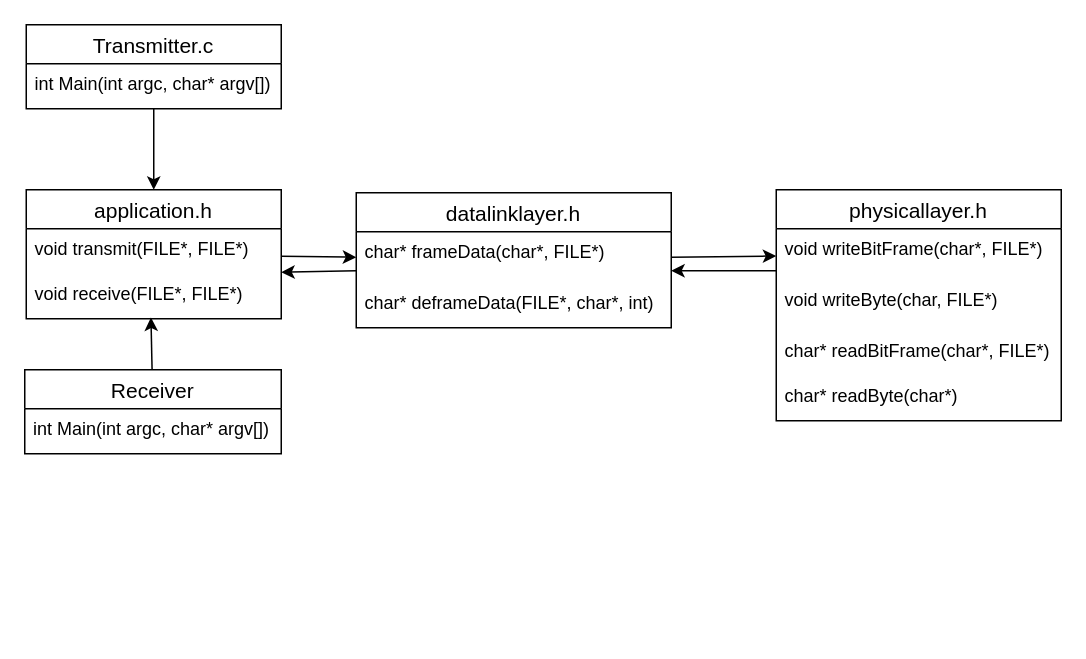
Vijay-yeruva/OSProject1 keeps this draw.io diagram as docs/project1Flow.drawio. Above is the earlier version. Source tidied: cells renumbered, new cells numbered last; positions are measured from the earlier drawing's top-left corner, leaving out a move shared by most shapes. Both pictures are drawn from the tidied source at 150%, with x=0, y=0 at pixel (24, 24).
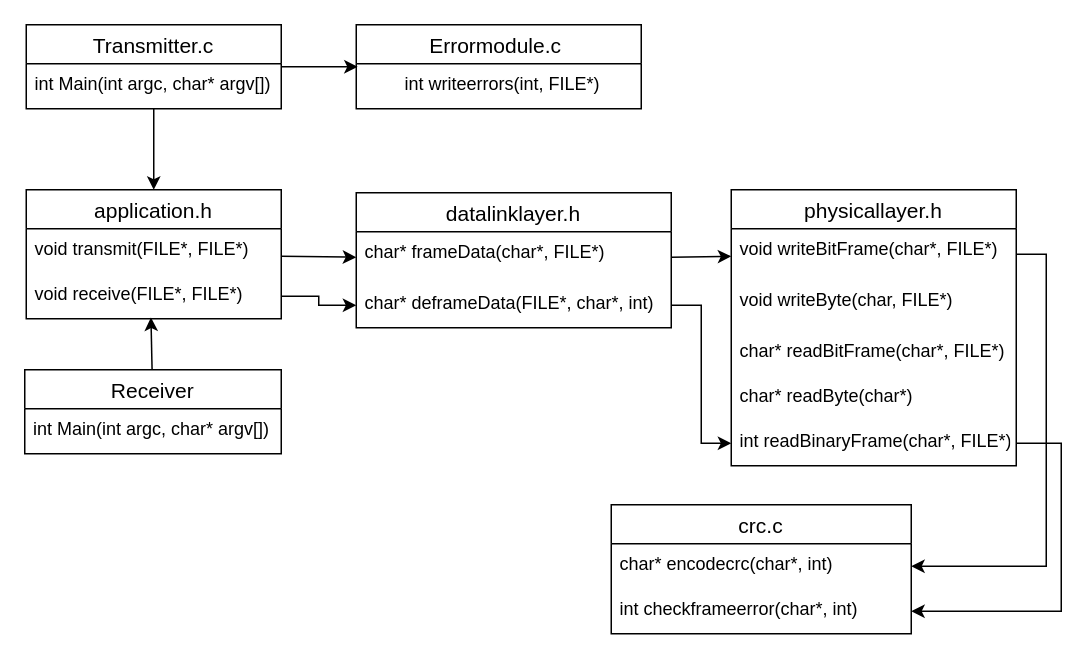
After the change.

The change refers to these unchanged cells:
```xml
<mxCell id="7" value="char* frameData(char*, FILE*)" style="text;strokeColor=none;fillColor=none;spacingLeft=4;spacingRight=4;overflow=hidden;points=[[0,0.5],[1,0.5]];portConstraint=eastwest;fontSize=12;" parent="6" vertex="1">
  <mxGeometry y="26" width="210" height="34" as="geometry" />
</mxCell>
<mxCell id="8" value="char* deframeData(FILE*, char*, int)" style="text;strokeColor=none;fillColor=none;spacingLeft=4;spacingRight=4;overflow=hidden;points=[[0,0.5],[1,0.5]];portConstraint=eastwest;fontSize=12;" parent="6" vertex="1">
  <mxGeometry y="60" width="210" height="30" as="geometry" />
</mxCell>
<mxCell id="10" value="void transmit(FILE*, FILE*)" style="text;strokeColor=none;fillColor=none;spacingLeft=4;spacingRight=4;overflow=hidden;points=[[0,0.5],[1,0.5]];portConstraint=eastwest;fontSize=12;" parent="9" vertex="1">
  <mxGeometry y="26" width="170" height="30" as="geometry" />
</mxCell>
<mxCell id="11" value="void receive(FILE*, FILE*)" style="text;strokeColor=none;fillColor=none;spacingLeft=4;spacingRight=4;overflow=hidden;points=[[0,0.5],[1,0.5]];portConstraint=eastwest;fontSize=12;" parent="9" vertex="1">
  <mxGeometry y="56" width="170" height="30" as="geometry" />
</mxCell>
<mxCell id="13" value="Transmitter.c" style="swimlane;fontStyle=0;horizontal=1;startSize=26;align=center;fontSize=14;" parent="1" vertex="1">
  <mxGeometry x="1" width="170" height="56" as="geometry" />
</mxCell>
<mxCell id="19" value="void writeBitFrame(char*, FILE*)" style="text;strokeColor=none;fillColor=none;spacingLeft=4;spacingRight=4;overflow=hidden;points=[[0,0.5],[1,0.5]];portConstraint=eastwest;fontSize=12;" parent="18" vertex="1">
  <mxGeometry y="26" width="190" height="34" as="geometry" />
</mxCell>
```

Diff of the diagram source:
```diff
@@
-    <mxCell id="2" style="rounded=0;jettySize=auto;html=1;exitX=0;exitY=0.765;exitDx=0;exitDy=0;exitPerimeter=0;entryX=1;entryY=0.967;entryDx=0;entryDy=0;entryPerimeter=0;" parent="1" edge="1" source="7" target="10">
-      <mxGeometry relative="1" as="geometry" />
-    </mxCell>
@@
-    <mxCell id="5" style="rounded=0;jettySize=auto;html=1;exitX=0;exitY=0.824;exitDx=0;exitDy=0;exitPerimeter=0;entryX=1;entryY=0.765;entryDx=0;entryDy=0;entryPerimeter=0;" parent="1" edge="1" source="19" target="7">
-      <mxGeometry relative="1" as="geometry" />
-    </mxCell>
@@
+    <mxCell id="23" style="edgeStyle=orthogonalEdgeStyle;rounded=0;jettySize=auto;html=1;entryX=0.005;entryY=0.067;entryDx=0;entryDy=0;entryPerimeter=0;" parent="1" edge="1" source="13" target="25">
+      <mxGeometry relative="1" as="geometry" />
+    </mxCell>
@@
+    <mxCell id="24" value="Errormodule.c " style="swimlane;fontStyle=0;horizontal=1;startSize=26;align=center;fontSize=14;" parent="1" vertex="1">
+      <mxGeometry x="221" width="190" height="56" as="geometry" />
+    </mxCell>
+    <mxCell id="25" value="        int writeerrors(int, FILE*)" style="text;strokeColor=none;fillColor=none;spacingLeft=4;spacingRight=4;overflow=hidden;points=[[0,0.5],[1,0.5]];portConstraint=eastwest;fontSize=12;" parent="24" vertex="1">
+      <mxGeometry y="26" width="190" height="30" as="geometry" />
+    </mxCell>
     <mxCell id="18" value="physicallayer.h" style="swimlane;fontStyle=0;horizontal=1;startSize=26;align=center;fontSize=14;" parent="1" vertex="1">
-      <mxGeometry x="501" y="110" width="190" height="154" as="geometry" />
+      <mxGeometry x="471" y="110" width="190" height="184" as="geometry" />
     </mxCell>
@@
+    <mxCell id="26" value="int readBinaryFrame(char*, FILE*)" style="text;strokeColor=none;fillColor=none;spacingLeft=4;spacingRight=4;overflow=hidden;points=[[0,0.5],[1,0.5]];portConstraint=eastwest;fontSize=12;" parent="18" vertex="1">
+      <mxGeometry y="154" width="190" height="30" as="geometry" />
+    </mxCell>
+    <mxCell id="27" style="edgeStyle=orthogonalEdgeStyle;rounded=0;jettySize=auto;html=1;exitX=1;exitY=0.5;exitDx=0;exitDy=0;" parent="1" edge="1" source="19" target="32">
+      <mxGeometry relative="1" as="geometry" />
+    </mxCell>
+    <mxCell id="28" style="edgeStyle=orthogonalEdgeStyle;rounded=0;jettySize=auto;html=1;entryX=0;entryY=0.5;entryDx=0;entryDy=0;" parent="1" edge="1" source="8" target="26">
+      <mxGeometry relative="1" as="geometry" />
+    </mxCell>
+    <mxCell id="29" style="edgeStyle=orthogonalEdgeStyle;rounded=0;jettySize=auto;html=1;exitX=1;exitY=0.5;exitDx=0;exitDy=0;entryX=1;entryY=0.5;entryDx=0;entryDy=0;" parent="1" edge="1" source="26" target="33">
+      <mxGeometry relative="1" as="geometry">
+        <Array as="points">
+          <mxPoint x="691" y="279" />
+          <mxPoint x="691" y="391" />
+        </Array>
+      </mxGeometry>
+    </mxCell>
+    <mxCell id="30" style="edgeStyle=orthogonalEdgeStyle;rounded=0;jettySize=auto;html=1;exitX=1;exitY=0.5;exitDx=0;exitDy=0;" parent="1" edge="1" source="11" target="8">
+      <mxGeometry relative="1" as="geometry" />
+    </mxCell>
+    <mxCell id="31" value="crc.c" style="swimlane;fontStyle=0;horizontal=1;startSize=26;align=center;fontSize=14;" parent="1" vertex="1">
+      <mxGeometry x="391" y="320" width="200" height="86" as="geometry" />
+    </mxCell>
+    <mxCell id="32" value="char* encodecrc(char*, int)" style="text;strokeColor=none;fillColor=none;spacingLeft=4;spacingRight=4;overflow=hidden;points=[[0,0.5],[1,0.5]];portConstraint=eastwest;fontSize=12;" parent="31" vertex="1">
+      <mxGeometry y="26" width="200" height="30" as="geometry" />
+    </mxCell>
+    <mxCell id="33" value="int checkframeerror(char*, int)" style="text;strokeColor=none;fillColor=none;spacingLeft=4;spacingRight=4;overflow=hidden;points=[[0,0.5],[1,0.5]];portConstraint=eastwest;fontSize=12;" parent="31" vertex="1">
+      <mxGeometry y="56" width="200" height="30" as="geometry" />
+    </mxCell>
```
